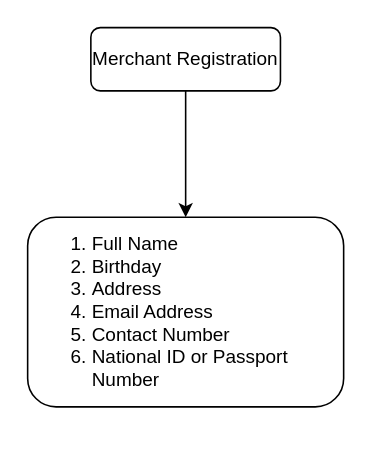
Above: Untitled Diagram.drawio in sachini9427/MKR (draw.io), before the change. Source tidied: cells renumbered, new cells numbered last; positions are measured from the earlier drawing's top-left corner, leaving out a move shared by most shapes. Both pictures are drawn from the tidied source at 158%, with x=0, y=0 at pixel (27, 27).
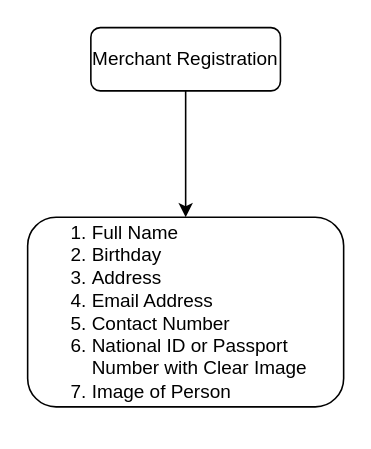
Above is the later version.

What changed in the source:
```diff
@@
 <mxGraphModel>
   <root>
     <mxCell id="0" />
     <mxCell id="1" parent="0" />
     <mxCell id="2" style="edgeStyle=orthogonalEdgeStyle;rounded=0;jettySize=auto;html=1;exitX=0.5;exitY=1;exitDx=0;exitDy=0;entryX=0.5;entryY=0;entryDx=0;entryDy=0;" parent="1" edge="1" source="3" target="4">
       <mxGeometry relative="1" as="geometry" />
     </mxCell>
     <mxCell id="3" value="Merchant Registration" style="rounded=1;whiteSpace=wrap;html=1;fontSize=12;glass=0;strokeWidth=1;shadow=0;" parent="1" vertex="1">
       <mxGeometry x="40" width="120" height="40" as="geometry" />
     </mxCell>
-    <mxCell id="4" value="&lt;div align=&quot;left&quot;&gt;&lt;ol&gt;&lt;li&gt;Full Name&lt;/li&gt;&lt;li&gt;Birthday&lt;/li&gt;&lt;li&gt;Address&lt;br&gt;&lt;/li&gt;&lt;li&gt;Email Address&lt;/li&gt;&lt;li&gt;Contact Number&lt;/li&gt;&lt;li&gt;National ID or Passport Number &lt;br&gt;&lt;/li&gt;&lt;/ol&gt;&lt;/div&gt;" style="rounded=1;whiteSpace=wrap;html=1;fontSize=12;glass=0;strokeWidth=1;shadow=0;" parent="1" vertex="1">
+    <mxCell id="4" value="&lt;div align=&quot;left&quot;&gt;&lt;ol&gt;&lt;li&gt;Full Name&lt;/li&gt;&lt;li&gt;Birthday&lt;/li&gt;&lt;li&gt;Address&lt;br&gt;&lt;/li&gt;&lt;li&gt;Email Address&lt;/li&gt;&lt;li&gt;Contact Number&lt;/li&gt;&lt;li&gt;National ID or Passport Number with Clear Image&lt;br&gt;&lt;/li&gt;&lt;li&gt;Image of Person&lt;br&gt;&lt;/li&gt;&lt;/ol&gt;&lt;/div&gt;" style="rounded=1;whiteSpace=wrap;html=1;fontSize=12;glass=0;strokeWidth=1;shadow=0;" parent="1" vertex="1">
       <mxGeometry y="120" width="200" height="120" as="geometry" />
     </mxCell>
   </root>
 </mxGraphModel>
```
